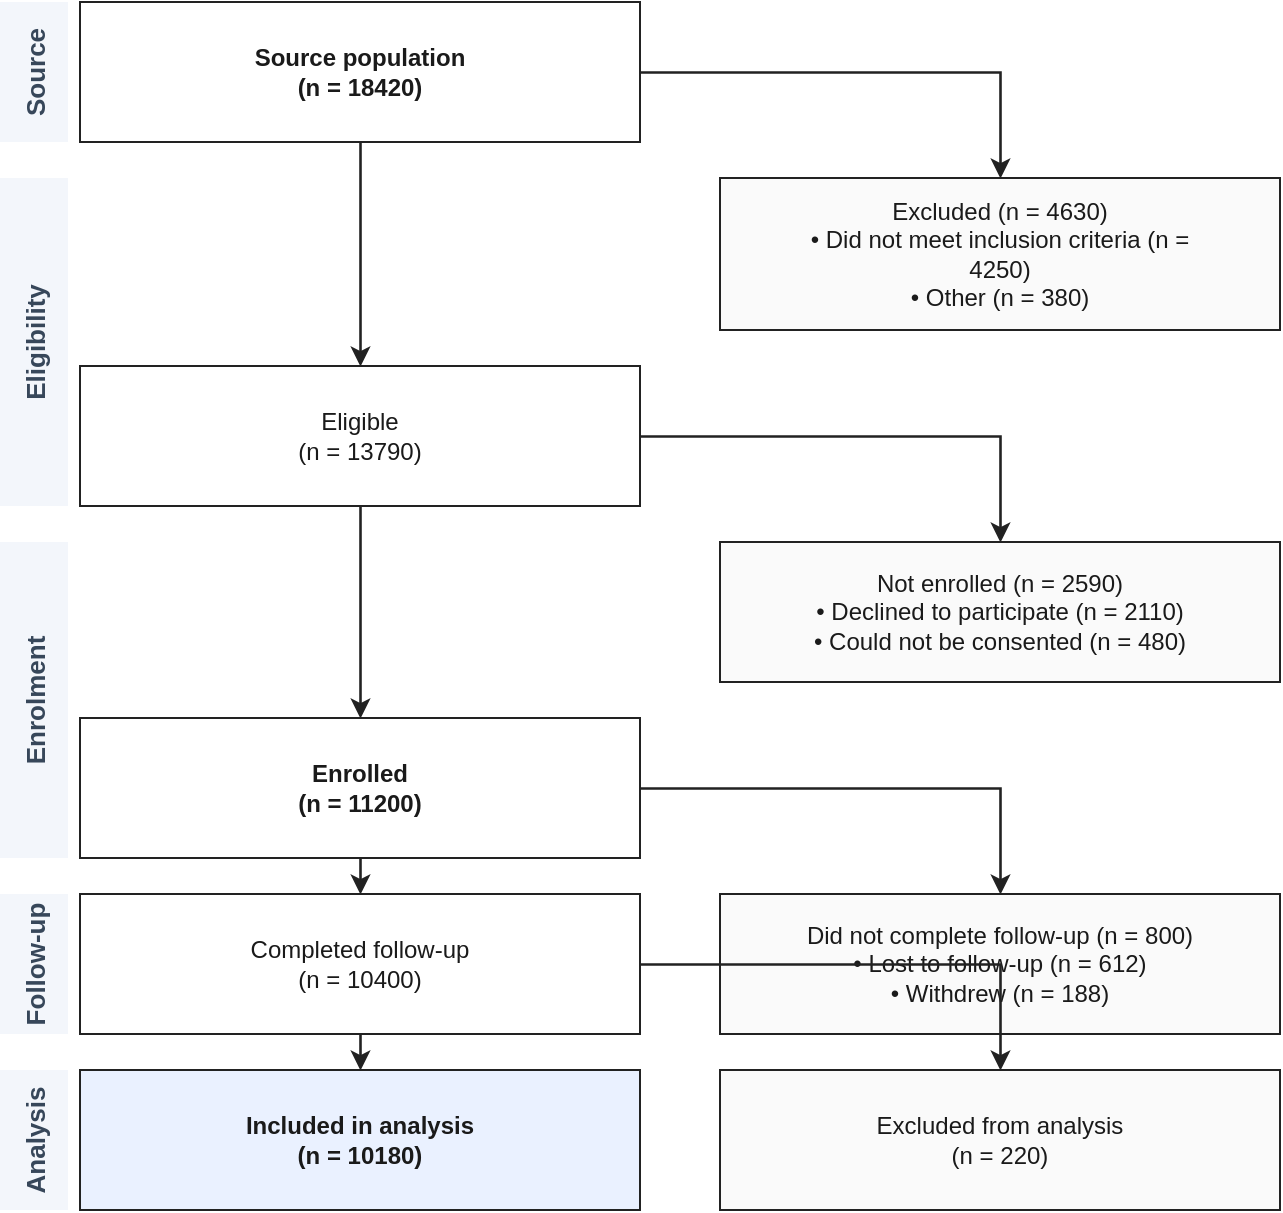
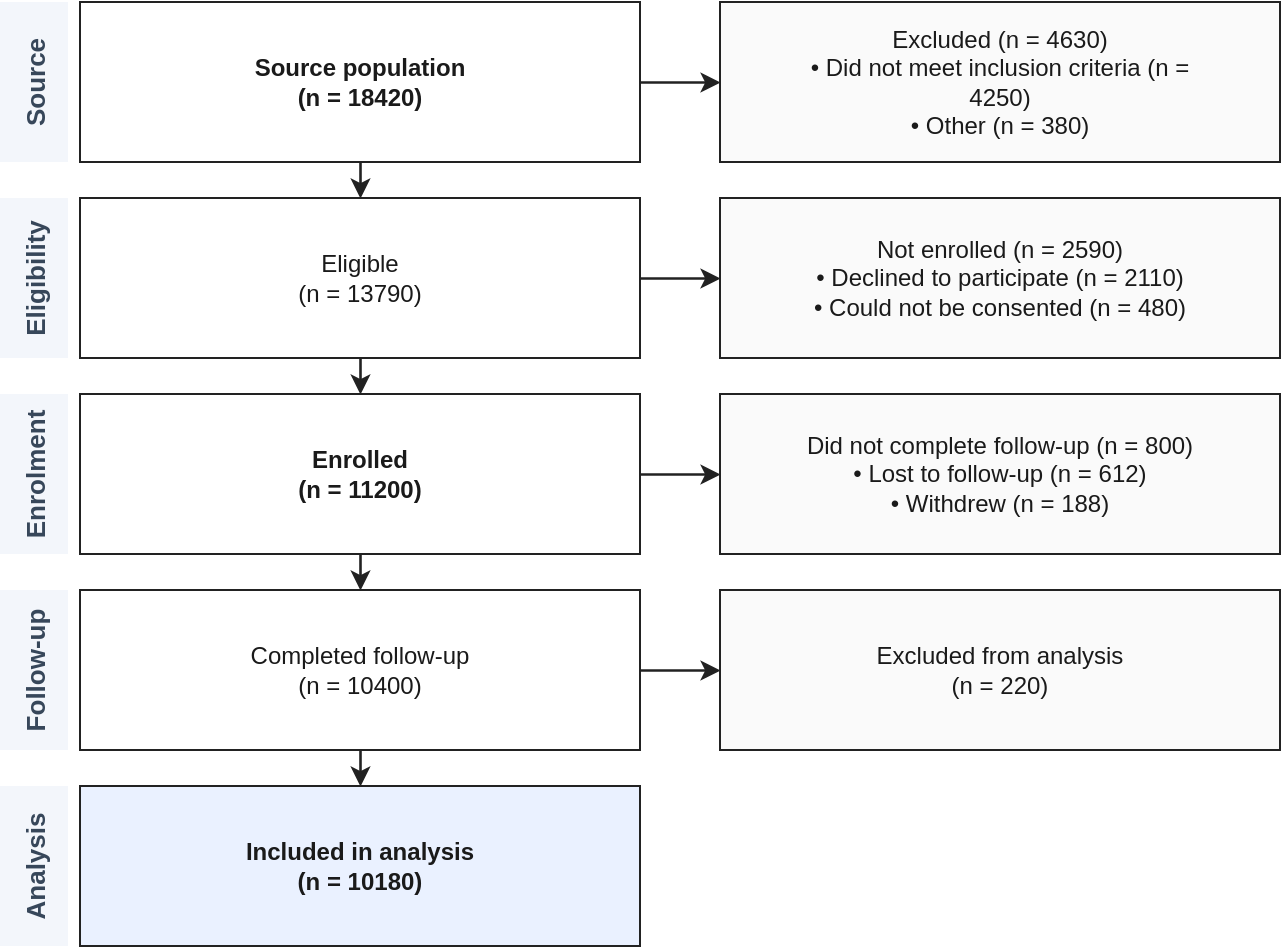
<?xml version="1.0" encoding="UTF-8"?>
- <mxfile host="flowdoc" modified="2026-04-25T12:06:58.329Z" agent="FlowDoc" version="1.0"><diagram id="flowdoc-main" name="Flow Diagram"><mxGraphModel dx="688" dy="652" grid="1" gridSize="10" guides="1" tooltips="1" connect="1" arrows="1" fold="1" page="1" pageScale="1" pageWidth="688" pageHeight="652" math="0" shadow="0"><root><mxCell id="0"/><mxCell id="1" parent="0"/><mxCell id="s2" value="Source" style="shape=rect;fillColor=#f3f6fb;strokeColor=none;fontSize=13;fontStyle=1;fontColor=#37475a;verticalAlign=middle;horizontal=0;" vertex="1" parent="1"><mxGeometry x="24" y="24" width="34" height="70" as="geometry"/></mxCell><mxCell id="s3" value="Eligibility" style="shape=rect;fillColor=#f3f6fb;strokeColor=none;fontSize=13;fontStyle=1;fontColor=#37475a;verticalAlign=middle;horizontal=0;" vertex="1" parent="1"><mxGeometry x="24" y="112" width="34" height="164" as="geometry"/></mxCell><mxCell id="s4" value="Enrolment" style="shape=rect;fillColor=#f3f6fb;strokeColor=none;fontSize=13;fontStyle=1;fontColor=#37475a;verticalAlign=middle;horizontal=0;" vertex="1" parent="1"><mxGeometry x="24" y="294" width="34" height="158" as="geometry"/></mxCell><mxCell id="s5" value="Follow-up" style="shape=rect;fillColor=#f3f6fb;strokeColor=none;fontSize=13;fontStyle=1;fontColor=#37475a;verticalAlign=middle;horizontal=0;" vertex="1" parent="1"><mxGeometry x="24" y="470" width="34" height="70" as="geometry"/></mxCell><mxCell id="s6" value="Analysis" style="shape=rect;fillColor=#f3f6fb;strokeColor=none;fontSize=13;fontStyle=1;fontColor=#37475a;verticalAlign=middle;horizontal=0;" vertex="1" parent="1"><mxGeometry x="24" y="558" width="34" height="70" as="geometry"/></mxCell><mxCell id="n_source" value="Source population&#10;(n = 18420)" style="shape=rect;rounded=0;fontStyle=1;whiteSpace=wrap;html=1;fillColor=#ffffff;strokeColor=#222222;fontColor=#1a1a1a;fontSize=12;verticalAlign=middle;align=center;" vertex="1" parent="1"><mxGeometry x="64" y="24" width="280" height="70" as="geometry"/></mxCell><mxCell id="n_excluded_eligibility" value="Excluded (n = 4630)&#10;• Did not meet inclusion criteria (n =&#10;4250)&#10;• Other (n = 380)" style="shape=rect;rounded=0;whiteSpace=wrap;html=1;fillColor=#fafafa;strokeColor=#222222;fontColor=#1a1a1a;fontSize=12;verticalAlign=middle;align=center;" vertex="1" parent="1"><mxGeometry x="384" y="112" width="280" height="76" as="geometry"/></mxCell><mxCell id="n_eligible" value="Eligible&#10;(n = 13790)" style="shape=rect;rounded=0;whiteSpace=wrap;html=1;fillColor=#ffffff;strokeColor=#222222;fontColor=#1a1a1a;fontSize=12;verticalAlign=middle;align=center;" vertex="1" parent="1"><mxGeometry x="64" y="206" width="280" height="70" as="geometry"/></mxCell><mxCell id="n_excluded_consent" value="Not enrolled (n = 2590)&#10;• Declined to participate (n = 2110)&#10;• Could not be consented (n = 480)" style="shape=rect;rounded=0;whiteSpace=wrap;html=1;fillColor=#fafafa;strokeColor=#222222;fontColor=#1a1a1a;fontSize=12;verticalAlign=middle;align=center;" vertex="1" parent="1"><mxGeometry x="384" y="294" width="280" height="70" as="geometry"/></mxCell><mxCell id="n_enrolled" value="Enrolled&#10;(n = 11200)" style="shape=rect;rounded=0;fontStyle=1;whiteSpace=wrap;html=1;fillColor=#ffffff;strokeColor=#222222;fontColor=#1a1a1a;fontSize=12;verticalAlign=middle;align=center;" vertex="1" parent="1"><mxGeometry x="64" y="382" width="280" height="70" as="geometry"/></mxCell><mxCell id="n_lost" value="Did not complete follow-up (n = 800)&#10;• Lost to follow-up (n = 612)&#10;• Withdrew (n = 188)" style="shape=rect;rounded=0;whiteSpace=wrap;html=1;fillColor=#fafafa;strokeColor=#222222;fontColor=#1a1a1a;fontSize=12;verticalAlign=middle;align=center;" vertex="1" parent="1"><mxGeometry x="384" y="470" width="280" height="70" as="geometry"/></mxCell><mxCell id="n_completed" value="Completed follow-up&#10;(n = 10400)" style="shape=rect;rounded=0;whiteSpace=wrap;html=1;fillColor=#ffffff;strokeColor=#222222;fontColor=#1a1a1a;fontSize=12;verticalAlign=middle;align=center;" vertex="1" parent="1"><mxGeometry x="64" y="470" width="280" height="70" as="geometry"/></mxCell><mxCell id="n_excluded_analysis" value="Excluded from analysis&#10;(n = 220)" style="shape=rect;rounded=0;whiteSpace=wrap;html=1;fillColor=#fafafa;strokeColor=#222222;fontColor=#1a1a1a;fontSize=12;verticalAlign=middle;align=center;" vertex="1" parent="1"><mxGeometry x="384" y="558" width="280" height="70" as="geometry"/></mxCell><mxCell id="n_analysed" value="Included in analysis&#10;(n = 10180)" style="shape=rect;rounded=0;fontStyle=1;whiteSpace=wrap;html=1;fillColor=#eaf1ff;strokeColor=#222222;fontColor=#1a1a1a;fontSize=12;verticalAlign=middle;align=center;" vertex="1" parent="1"><mxGeometry x="64" y="558" width="280" height="70" as="geometry"/></mxCell><mxCell id="e0" style="edgeStyle=orthogonalEdgeStyle;rounded=0;html=1;endArrow=classic;endFill=1;strokeColor=#222222;strokeWidth=1.3;" edge="1" source="n_source" target="n_excluded_eligibility" parent="1"><mxGeometry relative="1" as="geometry"/></mxCell><mxCell id="e1" style="edgeStyle=orthogonalEdgeStyle;rounded=0;html=1;endArrow=classic;endFill=1;strokeColor=#222222;strokeWidth=1.3;" edge="1" source="n_source" target="n_eligible" parent="1"><mxGeometry relative="1" as="geometry"/></mxCell><mxCell id="e2" style="edgeStyle=orthogonalEdgeStyle;rounded=0;html=1;endArrow=classic;endFill=1;strokeColor=#222222;strokeWidth=1.3;" edge="1" source="n_eligible" target="n_excluded_consent" parent="1"><mxGeometry relative="1" as="geometry"/></mxCell><mxCell id="e3" style="edgeStyle=orthogonalEdgeStyle;rounded=0;html=1;endArrow=classic;endFill=1;strokeColor=#222222;strokeWidth=1.3;" edge="1" source="n_eligible" target="n_enrolled" parent="1"><mxGeometry relative="1" as="geometry"/></mxCell><mxCell id="e4" style="edgeStyle=orthogonalEdgeStyle;rounded=0;html=1;endArrow=classic;endFill=1;strokeColor=#222222;strokeWidth=1.3;" edge="1" source="n_enrolled" target="n_completed" parent="1"><mxGeometry relative="1" as="geometry"/></mxCell><mxCell id="e5" style="edgeStyle=orthogonalEdgeStyle;rounded=0;html=1;endArrow=classic;endFill=1;strokeColor=#222222;strokeWidth=1.3;" edge="1" source="n_enrolled" target="n_lost" parent="1"><mxGeometry relative="1" as="geometry"/></mxCell><mxCell id="e6" style="edgeStyle=orthogonalEdgeStyle;rounded=0;html=1;endArrow=classic;endFill=1;strokeColor=#222222;strokeWidth=1.3;" edge="1" source="n_completed" target="n_analysed" parent="1"><mxGeometry relative="1" as="geometry"/></mxCell><mxCell id="e7" style="edgeStyle=orthogonalEdgeStyle;rounded=0;html=1;endArrow=classic;endFill=1;strokeColor=#222222;strokeWidth=1.3;" edge="1" source="n_completed" target="n_excluded_analysis" parent="1"><mxGeometry relative="1" as="geometry"/></mxCell></root></mxGraphModel></diagram></mxfile>
+ <mxfile host="flowdoc" modified="2026-04-28T11:46:02.903Z" agent="FlowDoc" version="1.0"><diagram id="flowdoc-main" name="Flow Diagram"><mxGraphModel dx="688" dy="520" grid="1" gridSize="10" guides="1" tooltips="1" connect="1" arrows="1" fold="1" page="1" pageScale="1" pageWidth="688" pageHeight="520" math="0" shadow="0"><root><mxCell id="0"/><mxCell id="1" parent="0"/><mxCell id="s2" value="Source" style="shape=rect;fillColor=#f3f6fb;strokeColor=none;fontSize=13;fontStyle=1;fontColor=#37475a;verticalAlign=middle;horizontal=0;" vertex="1" parent="1"><mxGeometry x="24" y="24" width="34" height="80" as="geometry"/></mxCell><mxCell id="s3" value="Eligibility" style="shape=rect;fillColor=#f3f6fb;strokeColor=none;fontSize=13;fontStyle=1;fontColor=#37475a;verticalAlign=middle;horizontal=0;" vertex="1" parent="1"><mxGeometry x="24" y="122" width="34" height="80" as="geometry"/></mxCell><mxCell id="s4" value="Enrolment" style="shape=rect;fillColor=#f3f6fb;strokeColor=none;fontSize=13;fontStyle=1;fontColor=#37475a;verticalAlign=middle;horizontal=0;" vertex="1" parent="1"><mxGeometry x="24" y="220" width="34" height="80" as="geometry"/></mxCell><mxCell id="s5" value="Follow-up" style="shape=rect;fillColor=#f3f6fb;strokeColor=none;fontSize=13;fontStyle=1;fontColor=#37475a;verticalAlign=middle;horizontal=0;" vertex="1" parent="1"><mxGeometry x="24" y="318" width="34" height="80" as="geometry"/></mxCell><mxCell id="s6" value="Analysis" style="shape=rect;fillColor=#f3f6fb;strokeColor=none;fontSize=13;fontStyle=1;fontColor=#37475a;verticalAlign=middle;horizontal=0;" vertex="1" parent="1"><mxGeometry x="24" y="416" width="34" height="80" as="geometry"/></mxCell><mxCell id="n_source" value="Source population&#10;(n = 18420)" style="shape=rect;rounded=0;fontStyle=1;whiteSpace=wrap;html=1;fillColor=#ffffff;strokeColor=#222222;fontColor=#1a1a1a;fontSize=12;verticalAlign=middle;align=center;" vertex="1" parent="1"><mxGeometry x="64" y="24" width="280" height="80" as="geometry"/></mxCell><mxCell id="n_excluded_eligibility" value="Excluded (n = 4630)&#10;• Did not meet inclusion criteria (n =&#10;4250)&#10;• Other (n = 380)" style="shape=rect;rounded=0;whiteSpace=wrap;html=1;fillColor=#fafafa;strokeColor=#222222;fontColor=#1a1a1a;fontSize=12;verticalAlign=middle;align=center;" vertex="1" parent="1"><mxGeometry x="384" y="24" width="280" height="80" as="geometry"/></mxCell><mxCell id="n_eligible" value="Eligible&#10;(n = 13790)" style="shape=rect;rounded=0;whiteSpace=wrap;html=1;fillColor=#ffffff;strokeColor=#222222;fontColor=#1a1a1a;fontSize=12;verticalAlign=middle;align=center;" vertex="1" parent="1"><mxGeometry x="64" y="122" width="280" height="80" as="geometry"/></mxCell><mxCell id="n_excluded_consent" value="Not enrolled (n = 2590)&#10;• Declined to participate (n = 2110)&#10;• Could not be consented (n = 480)" style="shape=rect;rounded=0;whiteSpace=wrap;html=1;fillColor=#fafafa;strokeColor=#222222;fontColor=#1a1a1a;fontSize=12;verticalAlign=middle;align=center;" vertex="1" parent="1"><mxGeometry x="384" y="122" width="280" height="80" as="geometry"/></mxCell><mxCell id="n_enrolled" value="Enrolled&#10;(n = 11200)" style="shape=rect;rounded=0;fontStyle=1;whiteSpace=wrap;html=1;fillColor=#ffffff;strokeColor=#222222;fontColor=#1a1a1a;fontSize=12;verticalAlign=middle;align=center;" vertex="1" parent="1"><mxGeometry x="64" y="220" width="280" height="80" as="geometry"/></mxCell><mxCell id="n_lost" value="Did not complete follow-up (n = 800)&#10;• Lost to follow-up (n = 612)&#10;• Withdrew (n = 188)" style="shape=rect;rounded=0;whiteSpace=wrap;html=1;fillColor=#fafafa;strokeColor=#222222;fontColor=#1a1a1a;fontSize=12;verticalAlign=middle;align=center;" vertex="1" parent="1"><mxGeometry x="384" y="220" width="280" height="80" as="geometry"/></mxCell><mxCell id="n_completed" value="Completed follow-up&#10;(n = 10400)" style="shape=rect;rounded=0;whiteSpace=wrap;html=1;fillColor=#ffffff;strokeColor=#222222;fontColor=#1a1a1a;fontSize=12;verticalAlign=middle;align=center;" vertex="1" parent="1"><mxGeometry x="64" y="318" width="280" height="80" as="geometry"/></mxCell><mxCell id="n_excluded_analysis" value="Excluded from analysis&#10;(n = 220)" style="shape=rect;rounded=0;whiteSpace=wrap;html=1;fillColor=#fafafa;strokeColor=#222222;fontColor=#1a1a1a;fontSize=12;verticalAlign=middle;align=center;" vertex="1" parent="1"><mxGeometry x="384" y="318" width="280" height="80" as="geometry"/></mxCell><mxCell id="n_analysed" value="Included in analysis&#10;(n = 10180)" style="shape=rect;rounded=0;fontStyle=1;whiteSpace=wrap;html=1;fillColor=#eaf1ff;strokeColor=#222222;fontColor=#1a1a1a;fontSize=12;verticalAlign=middle;align=center;" vertex="1" parent="1"><mxGeometry x="64" y="416" width="280" height="80" as="geometry"/></mxCell><mxCell id="e0" style="edgeStyle=orthogonalEdgeStyle;rounded=0;html=1;endArrow=classic;endFill=1;strokeColor=#222222;strokeWidth=1.3;" edge="1" source="n_source" target="n_excluded_eligibility" parent="1"><mxGeometry relative="1" as="geometry"/></mxCell><mxCell id="e1" style="edgeStyle=orthogonalEdgeStyle;rounded=0;html=1;endArrow=classic;endFill=1;strokeColor=#222222;strokeWidth=1.3;" edge="1" source="n_source" target="n_eligible" parent="1"><mxGeometry relative="1" as="geometry"/></mxCell><mxCell id="e2" style="edgeStyle=orthogonalEdgeStyle;rounded=0;html=1;endArrow=classic;endFill=1;strokeColor=#222222;strokeWidth=1.3;" edge="1" source="n_eligible" target="n_excluded_consent" parent="1"><mxGeometry relative="1" as="geometry"/></mxCell><mxCell id="e3" style="edgeStyle=orthogonalEdgeStyle;rounded=0;html=1;endArrow=classic;endFill=1;strokeColor=#222222;strokeWidth=1.3;" edge="1" source="n_eligible" target="n_enrolled" parent="1"><mxGeometry relative="1" as="geometry"/></mxCell><mxCell id="e4" style="edgeStyle=orthogonalEdgeStyle;rounded=0;html=1;endArrow=classic;endFill=1;strokeColor=#222222;strokeWidth=1.3;" edge="1" source="n_enrolled" target="n_lost" parent="1"><mxGeometry relative="1" as="geometry"/></mxCell><mxCell id="e5" style="edgeStyle=orthogonalEdgeStyle;rounded=0;html=1;endArrow=classic;endFill=1;strokeColor=#222222;strokeWidth=1.3;" edge="1" source="n_enrolled" target="n_completed" parent="1"><mxGeometry relative="1" as="geometry"/></mxCell><mxCell id="e6" style="edgeStyle=orthogonalEdgeStyle;rounded=0;html=1;endArrow=classic;endFill=1;strokeColor=#222222;strokeWidth=1.3;" edge="1" source="n_completed" target="n_excluded_analysis" parent="1"><mxGeometry relative="1" as="geometry"/></mxCell><mxCell id="e7" style="edgeStyle=orthogonalEdgeStyle;rounded=0;html=1;endArrow=classic;endFill=1;strokeColor=#222222;strokeWidth=1.3;" edge="1" source="n_completed" target="n_analysed" parent="1"><mxGeometry relative="1" as="geometry"/></mxCell></root></mxGraphModel></diagram></mxfile>
